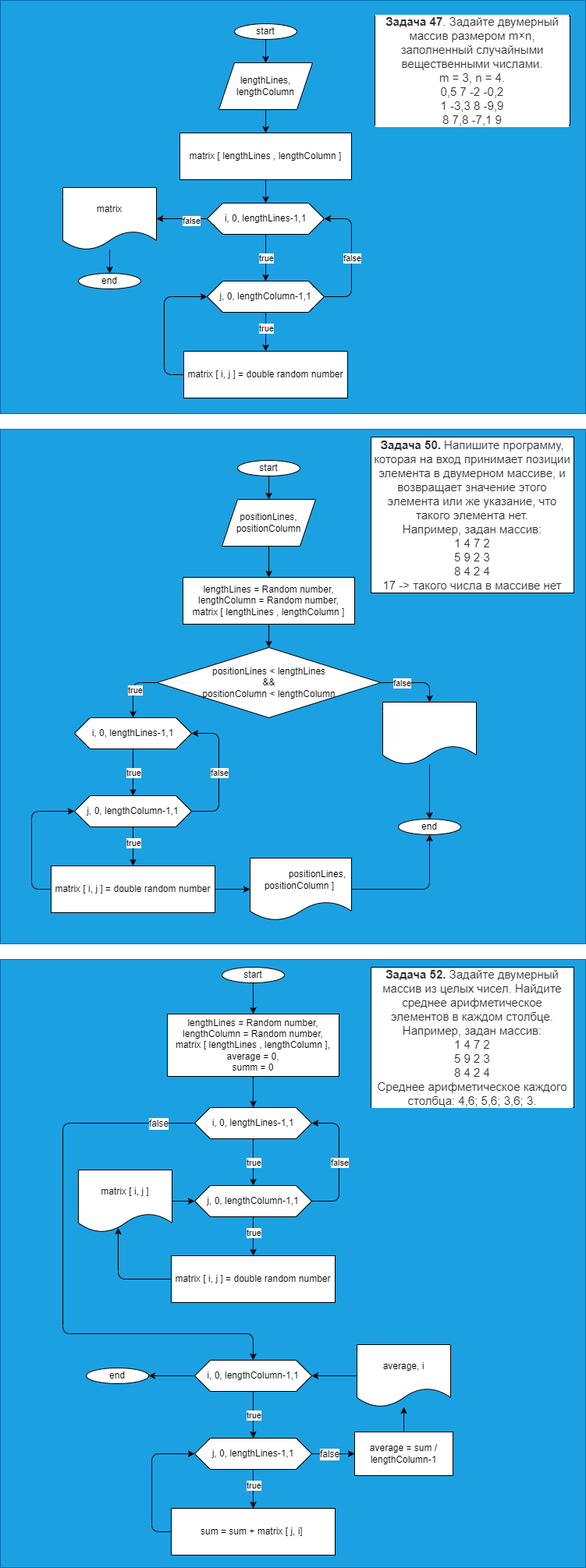
Earlier version of the draw.io export Seminar_7/Algori.drawio.png (AlexKleimon/CSharp_HomeWork). Source tidied: cells renumbered, new cells last; positions are measured from the earlier drawing's top-left corner, leaving out a move shared by most shapes.
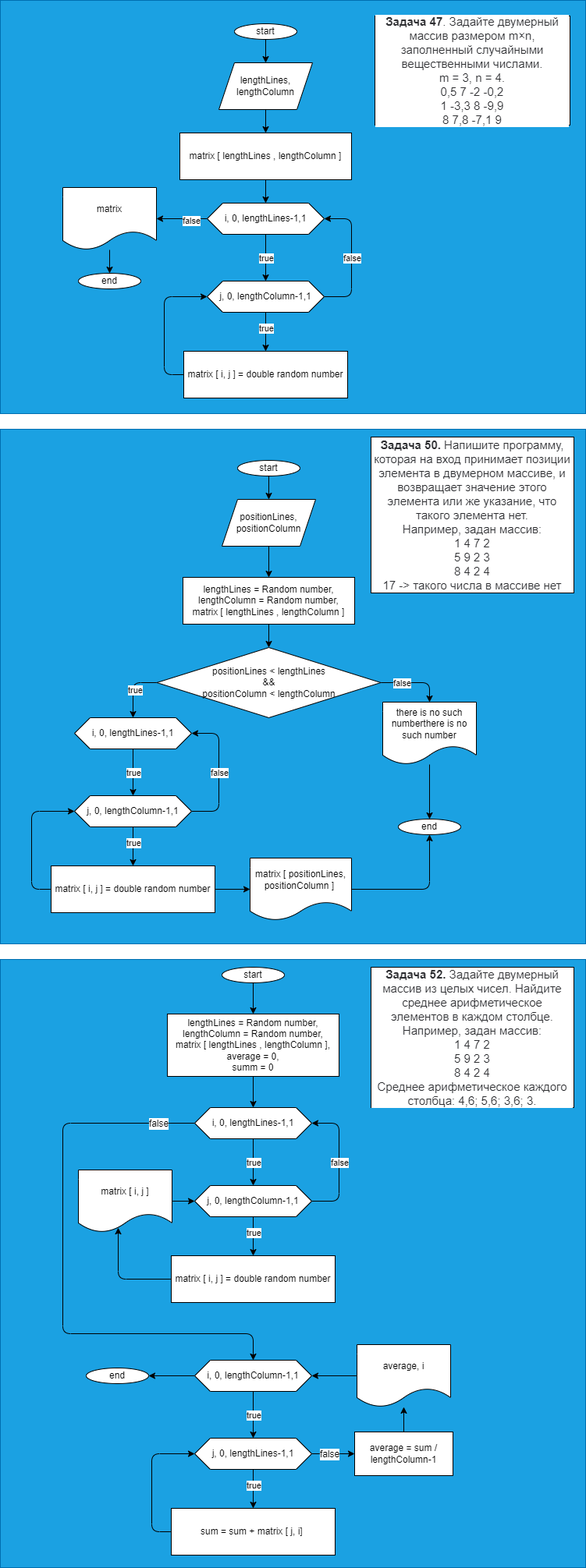
After the change.

Diff of the diagram source:
```diff
@@ -197,7 +197,7 @@
     <mxCell id="50" style="edgeStyle=none;html=1;entryX=0.5;entryY=0;entryDx=0;entryDy=0;fontSize=12;" parent="1" edge="1" source="51" target="54">
       <mxGeometry relative="1" as="geometry" />
     </mxCell>
-    <mxCell id="51" value="&lt;font style=&quot;font-size: 12px&quot;&gt;&lt;span style=&quot;color: rgb(255 , 255 , 255) ; font-family: &amp;#34;arial&amp;#34; , &amp;#34;helvetica&amp;#34; , sans-serif ; background-color: rgba(255 , 255 , 255 , 0.05)&quot;&gt;there is no such number&lt;/span&gt;&lt;span style=&quot;color: rgb(255 , 255 , 255) ; font-family: &amp;#34;arial&amp;#34; , &amp;#34;helvetica&amp;#34; , sans-serif ; background-color: rgba(255 , 255 , 255 , 0.05)&quot;&gt;there is no such number&lt;/span&gt;&lt;/font&gt;" style="shape=document;whiteSpace=wrap;html=1;boundedLbl=1;" parent="1" vertex="1">
+    <mxCell id="51" value="&lt;font style=&quot;font-size: 12px&quot;&gt;&lt;span style=&quot;font-family: &amp;#34;arial&amp;#34; , &amp;#34;helvetica&amp;#34; , sans-serif&quot;&gt;there is no such number&lt;/span&gt;&lt;span style=&quot;font-family: &amp;#34;arial&amp;#34; , &amp;#34;helvetica&amp;#34; , sans-serif&quot;&gt;there is no such number&lt;/span&gt;&lt;/font&gt;" style="shape=document;whiteSpace=wrap;html=1;boundedLbl=1;" parent="1" vertex="1">
       <mxGeometry x="490" y="900" width="120" height="80" as="geometry" />
     </mxCell>
     <mxCell id="52" style="edgeStyle=none;html=1;exitX=1;exitY=0.5;exitDx=0;exitDy=0;entryX=0.5;entryY=1;entryDx=0;entryDy=0;fontSize=12;" parent="1" edge="1" source="53" target="54">
@@ -207,7 +207,7 @@
         </Array>
       </mxGeometry>
     </mxCell>
-    <mxCell id="53" value="&lt;font color=&quot;#ffffff&quot; face=&quot;arial, helvetica, sans-serif&quot;&gt;&lt;span style=&quot;background-color: rgba(255 , 255 , 255 , 0.05)&quot;&gt;matrix [&amp;nbsp;&lt;/span&gt;&lt;/font&gt;positionLines, positionColumn ]&lt;font color=&quot;#ffffff&quot; face=&quot;arial, helvetica, sans-serif&quot;&gt;&lt;span style=&quot;background-color: rgba(255 , 255 , 255 , 0.05)&quot;&gt;&amp;nbsp;&lt;/span&gt;&lt;/font&gt;" style="shape=document;whiteSpace=wrap;html=1;boundedLbl=1;" parent="1" vertex="1">
+    <mxCell id="53" value="matrix [ positionLines, positionColumn ]&lt;font color=&quot;#ffffff&quot; face=&quot;arial, helvetica, sans-serif&quot;&gt;&lt;span style=&quot;background-color: rgba(255 , 255 , 255 , 0.05)&quot;&gt;&amp;nbsp;&lt;/span&gt;&lt;/font&gt;" style="shape=document;whiteSpace=wrap;html=1;boundedLbl=1;" parent="1" vertex="1">
       <mxGeometry x="320" y="1100" width="130" height="80" as="geometry" />
     </mxCell>
     <mxCell id="54" value="end" style="ellipse;whiteSpace=wrap;html=1;" parent="1" vertex="1">
```
